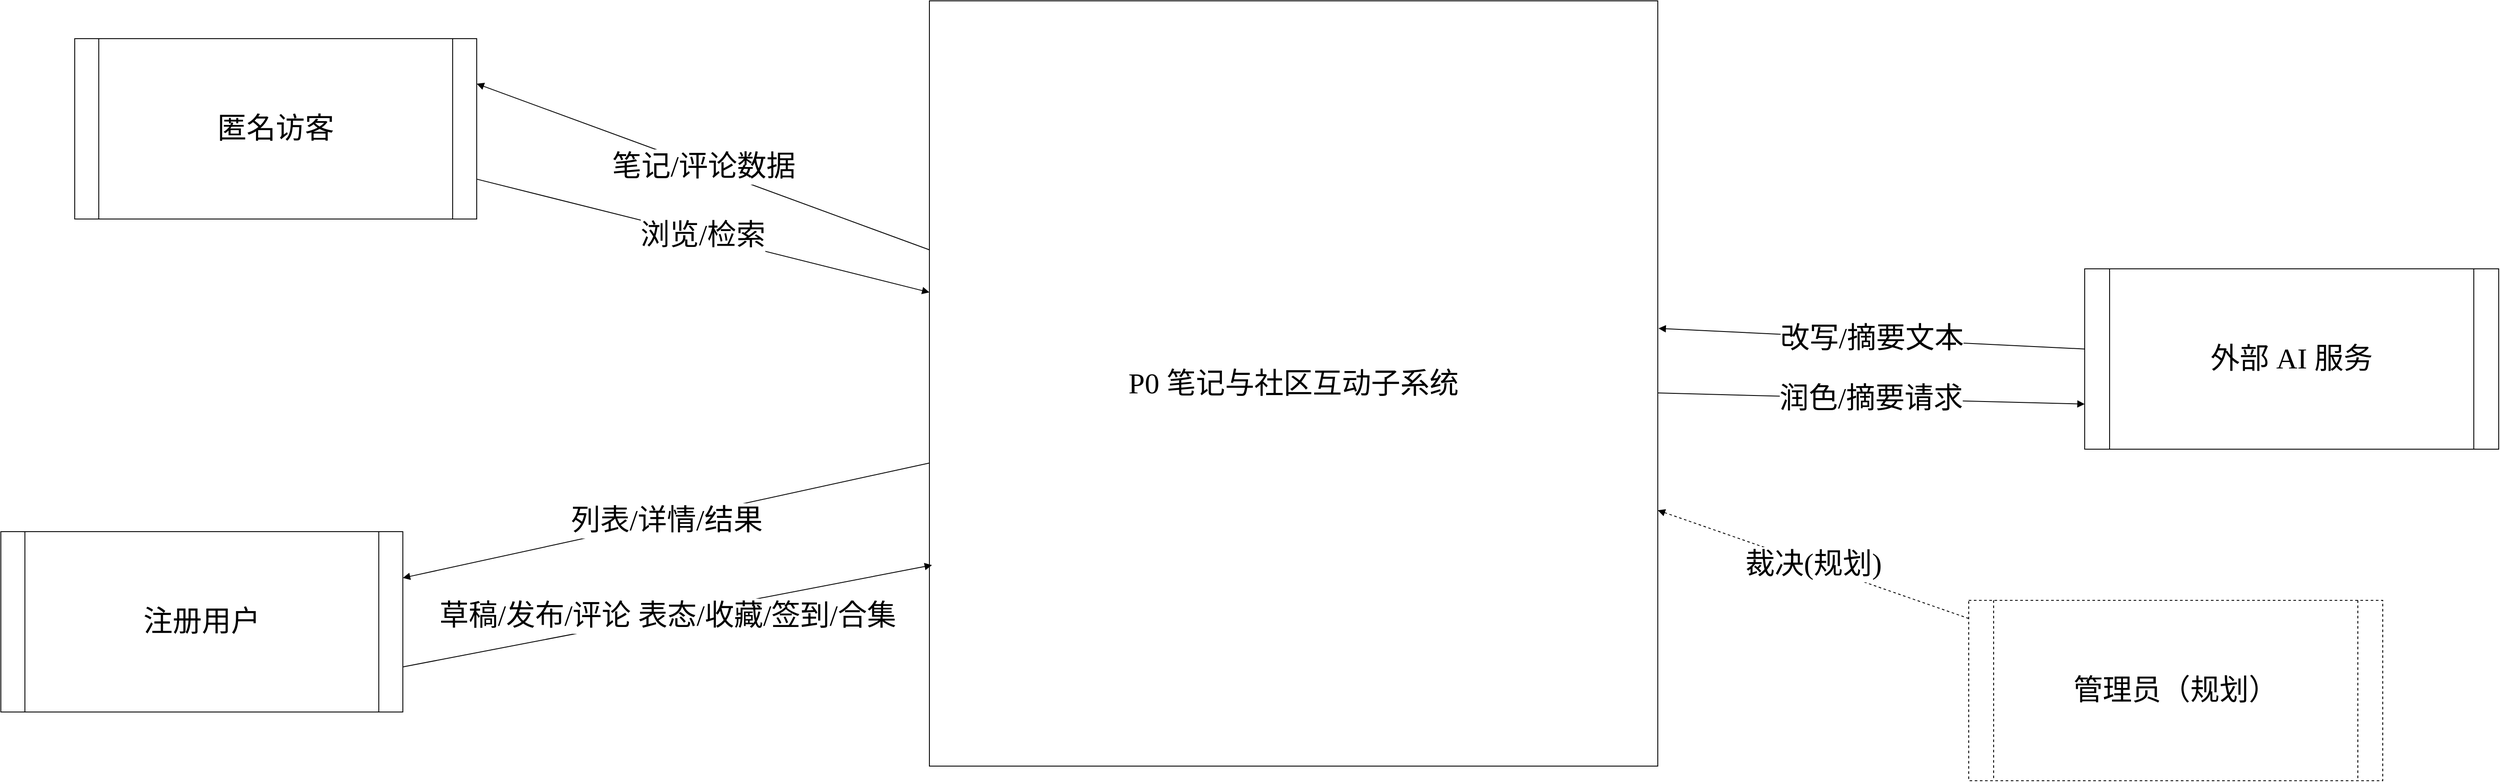
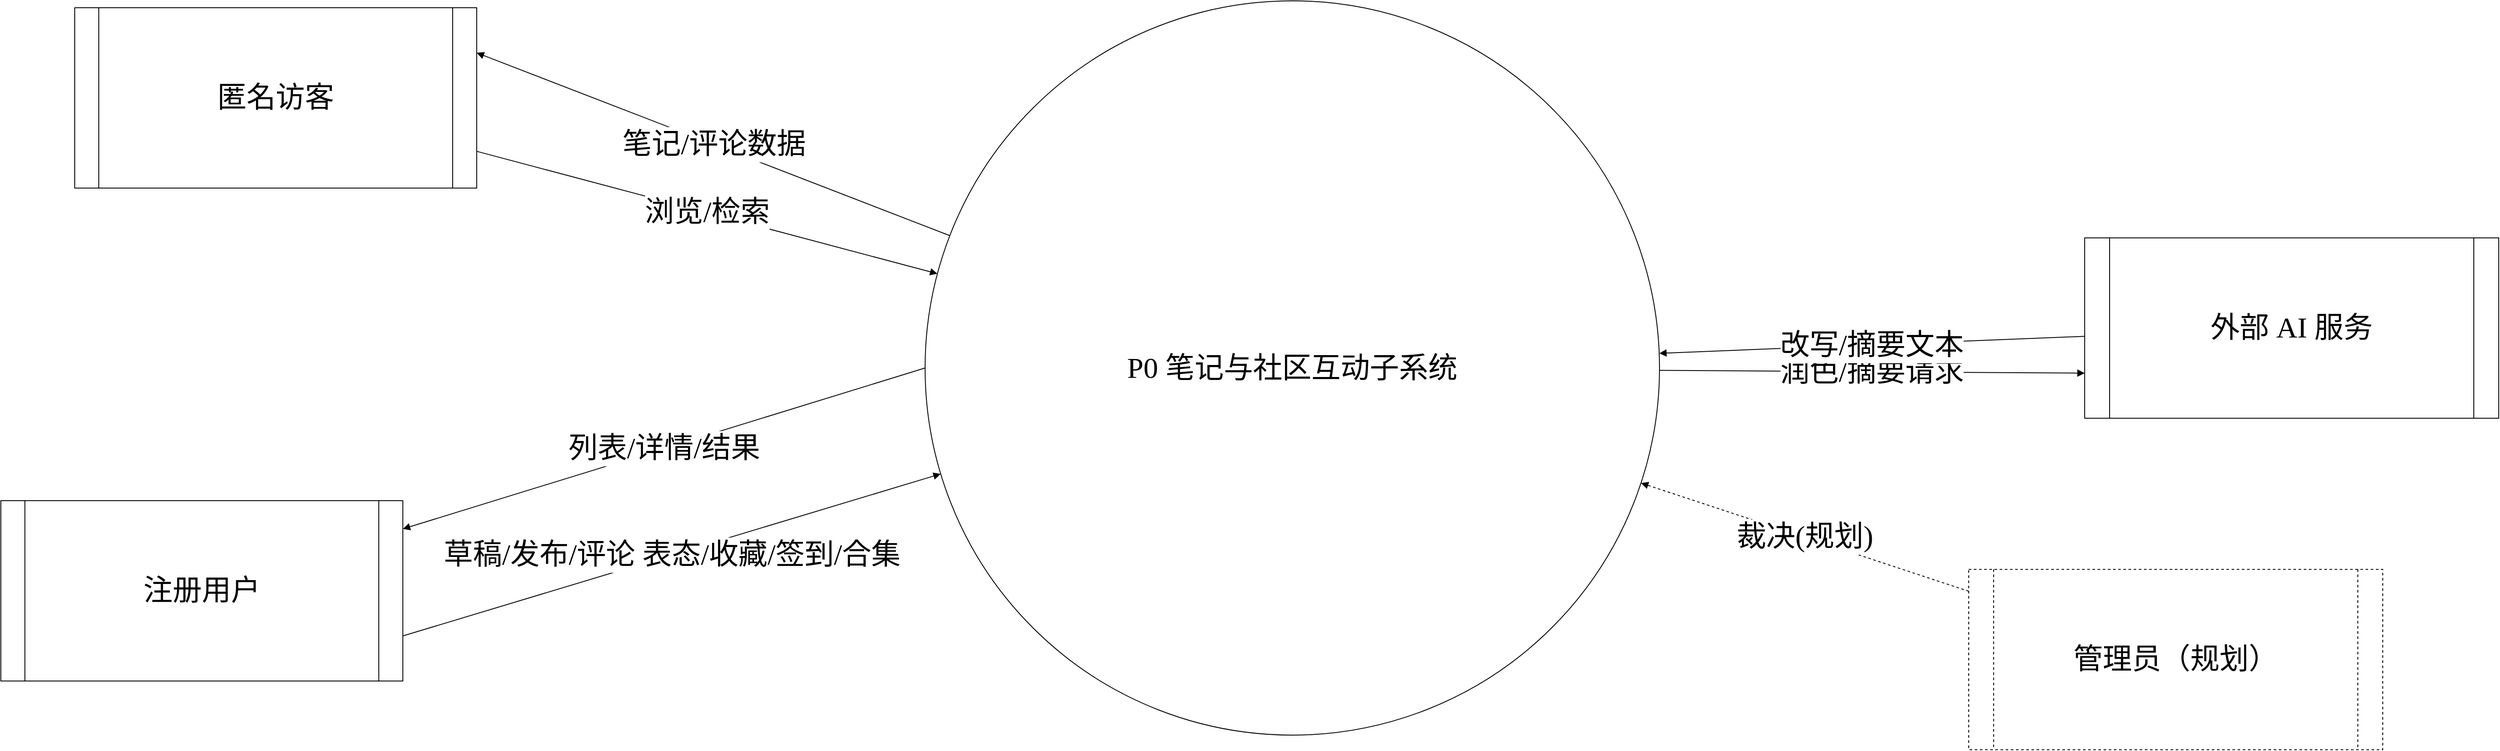
<mxfile host="app.diagrams.net" agent="figlib">
  <diagram id="图4-2 顶层数据流图" name="图4-2 顶层数据流图">
-     <mxGraphModel dx="4184" dy="2640" grid="0" gridSize="10" guides="1" tooltips="1" connect="1" arrows="1" fold="1" page="1" pageScale="1" pageWidth="3740" pageHeight="2437" math="0" shadow="0">
+     <mxGraphModel dx="1743" dy="1100" grid="0" gridSize="10" guides="1" tooltips="1" connect="1" arrows="1" fold="1" page="1" pageScale="1" pageWidth="3740" pageHeight="2437" math="0" shadow="0">
      <root>
        <mxCell id="0" />
        <mxCell id="1" parent="0" />
        <mxCell id="guest" parent="1" style="whiteSpace=wrap;html=1;fontFamily=SimSun;fontSize=34;fillColor=#ffffff;strokeColor=#000000;shape=process;size=0.06;" value="匿名访客" vertex="1">
          <mxGeometry height="210" width="468" x="365" y="426" as="geometry" />
        </mxCell>
        <mxCell id="user" parent="1" style="whiteSpace=wrap;html=1;fontFamily=SimSun;fontSize=34;fillColor=#ffffff;strokeColor=#000000;shape=process;size=0.06;" value="注册用户" vertex="1">
          <mxGeometry height="210" width="468" x="279" y="1000" as="geometry" />
        </mxCell>
        <mxCell id="ai" parent="1" style="whiteSpace=wrap;html=1;fontFamily=SimSun;fontSize=34;fillColor=#ffffff;strokeColor=#000000;shape=process;size=0.06;" value="外部 AI 服务" vertex="1">
          <mxGeometry height="210" width="482" x="2705" y="694" as="geometry" />
        </mxCell>
        <mxCell id="admin" parent="1" style="whiteSpace=wrap;html=1;fontFamily=SimSun;fontSize=34;fillColor=#ffffff;strokeColor=#000000;dashed=1;shape=process;size=0.06;" value="管理员（规划）" vertex="1">
          <mxGeometry height="210" width="482" x="2570" y="1080" as="geometry" />
        </mxCell>
-         <mxCell id="P0" parent="1" style="whiteSpace=wrap;html=1;fontFamily=SimSun;fontSize=34;fillColor=#ffffff;strokeColor=#000000;ellipse=;" value="P0 笔记与社区互动子系统" vertex="1">
-           <mxGeometry height="891" width="848" x="1360" y="382" as="geometry" />
-         </mxCell>
-         <mxCell id="e0" edge="1" parent="1" source="user" style="html=1;rounded=0;endArrow=block;endFill=1;strokeColor=#000000;fontFamily=SimSun;fontSize=34;fontColor=#000000;exitX=1;exitY=0.75;exitDx=0;exitDy=0;" value="草稿/发布/评论 表态/收藏/签到/合集">
+         <mxCell id="e0" edge="1" parent="1" source="user" style="html=1;rounded=0;endArrow=block;endFill=1;strokeColor=#000000;fontFamily=SimSun;fontSize=34;fontColor=#000000;exitX=1;exitY=0.75;exitDx=0;exitDy=0;" target="LM7EEnKmP16sFYdYo28T-1" value="草稿/发布/评论 表态/收藏/签到/合集">
          <mxGeometry relative="1" as="geometry">
            <mxPoint x="641" y="1170.3423478260872" as="sourcePoint" />
            <mxPoint x="1363" y="1039.001130434783" as="targetPoint" />
          </mxGeometry>
        </mxCell>
-         <mxCell id="e1" edge="1" parent="1" source="P0" style="html=1;rounded=0;endArrow=block;endFill=1;strokeColor=#000000;fontFamily=SimSun;fontSize=34;fontColor=#000000;" target="user" value="列表/详情/结果">
+         <mxCell id="e1" edge="1" parent="1" source="LM7EEnKmP16sFYdYo28T-1" style="html=1;rounded=0;endArrow=block;endFill=1;strokeColor=#000000;fontFamily=SimSun;fontSize=34;fontColor=#000000;exitX=0;exitY=0.5;exitDx=0;exitDy=0;" target="user" value="列表/详情/结果">
          <mxGeometry relative="1" as="geometry">
            <Array as="points" />
-             <mxPoint x="1417" y="1020" as="sourcePoint" />
+             <mxPoint x="1360" y="920.0727773406766" as="sourcePoint" />
            <mxPoint x="638" y="1091" as="targetPoint" />
          </mxGeometry>
        </mxCell>
-         <mxCell id="e2" edge="1" parent="1" source="guest" style="html=1;rounded=0;endArrow=block;endFill=1;strokeColor=#000000;fontFamily=SimSun;fontSize=34;fontColor=#000000;" target="P0" value="浏览/检索">
-           <mxGeometry relative="1" as="geometry" />
+         <mxCell id="e2" edge="1" parent="1" source="guest" style="html=1;rounded=0;endArrow=block;endFill=1;strokeColor=#000000;fontFamily=SimSun;fontSize=34;fontColor=#000000;" target="LM7EEnKmP16sFYdYo28T-1" value="浏览/检索">
+           <mxGeometry relative="1" as="geometry">
+             <mxPoint x="1360" y="721.4105485232067" as="targetPoint" />
+           </mxGeometry>
        </mxCell>
-         <mxCell id="e3" edge="1" parent="1" source="P0" style="html=1;rounded=0;endArrow=block;endFill=1;strokeColor=#000000;fontFamily=SimSun;fontSize=34;fontColor=#000000;entryX=1;entryY=0.25;entryDx=0;entryDy=0;" target="guest" value="笔记/评论数据">
+         <mxCell id="e3" edge="1" parent="1" source="LM7EEnKmP16sFYdYo28T-1" style="html=1;rounded=0;endArrow=block;endFill=1;strokeColor=#000000;fontFamily=SimSun;fontSize=34;fontColor=#000000;entryX=1;entryY=0.25;entryDx=0;entryDy=0;" target="guest" value="笔记/评论数据">
          <mxGeometry relative="1" as="geometry">
            <Array as="points" />
-             <mxPoint x="1417" y="708" as="sourcePoint" />
+             <mxPoint x="1360" y="671.8995793901154" as="sourcePoint" />
            <mxPoint x="638" y="453" as="targetPoint" />
          </mxGeometry>
        </mxCell>
-         <mxCell id="e4" edge="1" parent="1" source="P0" style="html=1;rounded=0;endArrow=block;endFill=1;strokeColor=#000000;fontFamily=SimSun;fontSize=34;fontColor=#000000;entryX=0;entryY=0.75;entryDx=0;entryDy=0;" target="ai" value="润色/摘要请求">
+         <mxCell id="e4" edge="1" parent="1" source="LM7EEnKmP16sFYdYo28T-1" style="html=1;rounded=0;endArrow=block;endFill=1;strokeColor=#000000;fontFamily=SimSun;fontSize=34;fontColor=#000000;entryX=0;entryY=0.75;entryDx=0;entryDy=0;" target="ai" value="润色/摘要请求">
          <mxGeometry relative="1" as="geometry">
            <Array as="points" />
-             <mxPoint x="2352" y="765" as="sourcePoint" />
+             <mxPoint x="2208" y="838.5488599348532" as="sourcePoint" />
            <mxPoint x="3102" y="708" as="targetPoint" />
          </mxGeometry>
        </mxCell>
-         <mxCell id="e5" edge="1" parent="1" source="ai" style="html=1;rounded=0;endArrow=block;endFill=1;strokeColor=#000000;fontFamily=SimSun;fontSize=34;fontColor=#000000;entryX=1.001;entryY=0.428;entryDx=0;entryDy=0;entryPerimeter=0;" target="P0" value="改写/摘要文本">
+         <mxCell id="e5" edge="1" parent="1" source="ai" style="html=1;rounded=0;endArrow=block;endFill=1;strokeColor=#000000;fontFamily=SimSun;fontSize=34;fontColor=#000000;" target="LM7EEnKmP16sFYdYo28T-1" value="改写/摘要文本">
          <mxGeometry relative="1" x="0.0001" as="geometry">
            <mxPoint as="offset" />
            <Array as="points" />
            <mxPoint x="3102" y="808" as="sourcePoint" />
-             <mxPoint x="2334" y="738" as="targetPoint" />
+             <mxPoint x="2208.848" y="763.348" as="targetPoint" />
          </mxGeometry>
        </mxCell>
-         <mxCell id="e6" edge="1" parent="1" source="admin" style="html=1;rounded=0;endArrow=block;endFill=1;strokeColor=#000000;fontFamily=SimSun;fontSize=34;fontColor=#000000;dashed=1;" target="P0" value="裁决(规划)">
-           <mxGeometry relative="1" as="geometry" />
+         <mxCell id="e6" edge="1" parent="1" source="admin" style="html=1;rounded=0;endArrow=block;endFill=1;strokeColor=#000000;fontFamily=SimSun;fontSize=34;fontColor=#000000;dashed=1;" target="LM7EEnKmP16sFYdYo28T-1" value="裁决(规划)">
+           <mxGeometry relative="1" as="geometry">
+             <mxPoint x="2208" y="975.0949367088606" as="targetPoint" />
+           </mxGeometry>
+         </mxCell>
+         <mxCell id="LM7EEnKmP16sFYdYo28T-1" parent="1" style="ellipse;whiteSpace=wrap;html=1;aspect=fixed;" value="&lt;span style=&quot;font-family: SimSun; font-size: 34px;&quot;&gt;P0 笔记与社区互动子系统&lt;/span&gt;" vertex="1">
+           <mxGeometry height="855" width="855" x="1355" y="418" as="geometry" />
        </mxCell>
      </root>
    </mxGraphModel>
  </diagram>
</mxfile>
